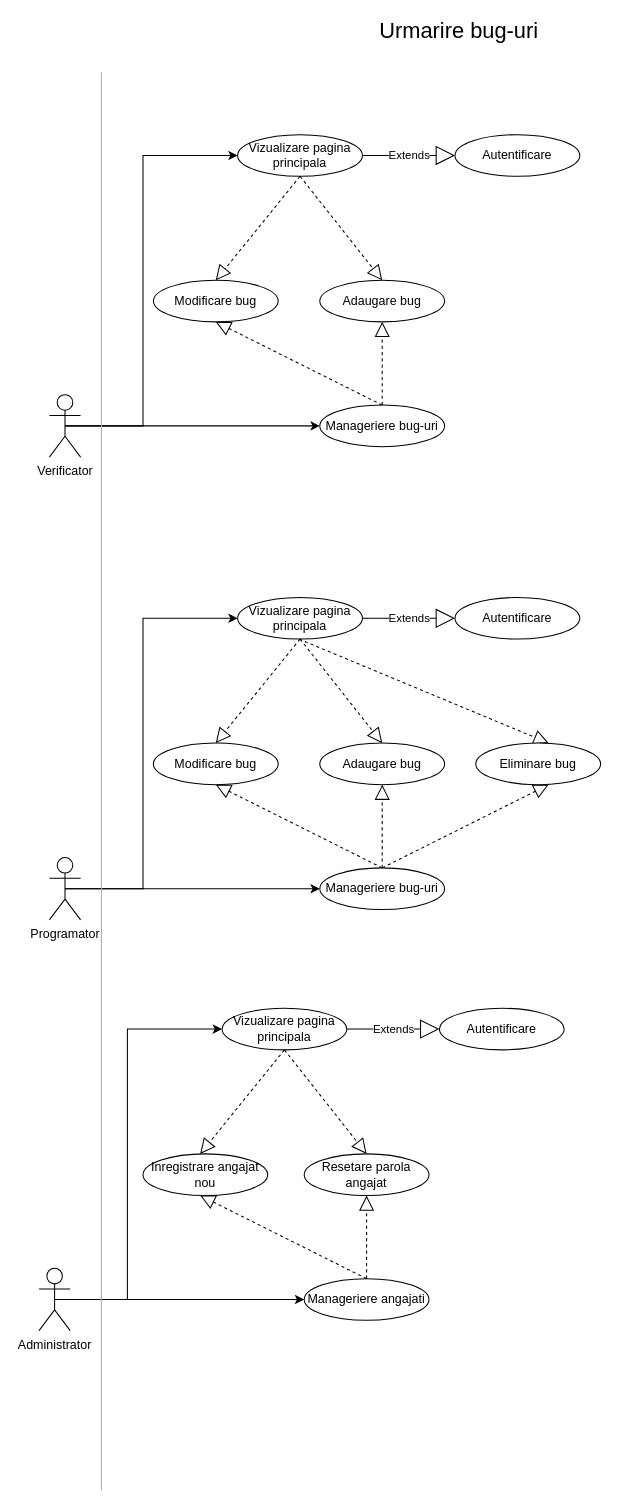
Demon000/uni keeps this draw.io diagram as iss/bug_tracker/docs/usage_diagram.drawio. Above is the earlier version. Source tidied: cells renumbered, new cells numbered last; positions are measured from the earlier drawing's top-left corner, leaving out a move shared by most shapes. Both pictures are drawn from the tidied source at 104%, with x=0, y=0 at pixel (38, 20).
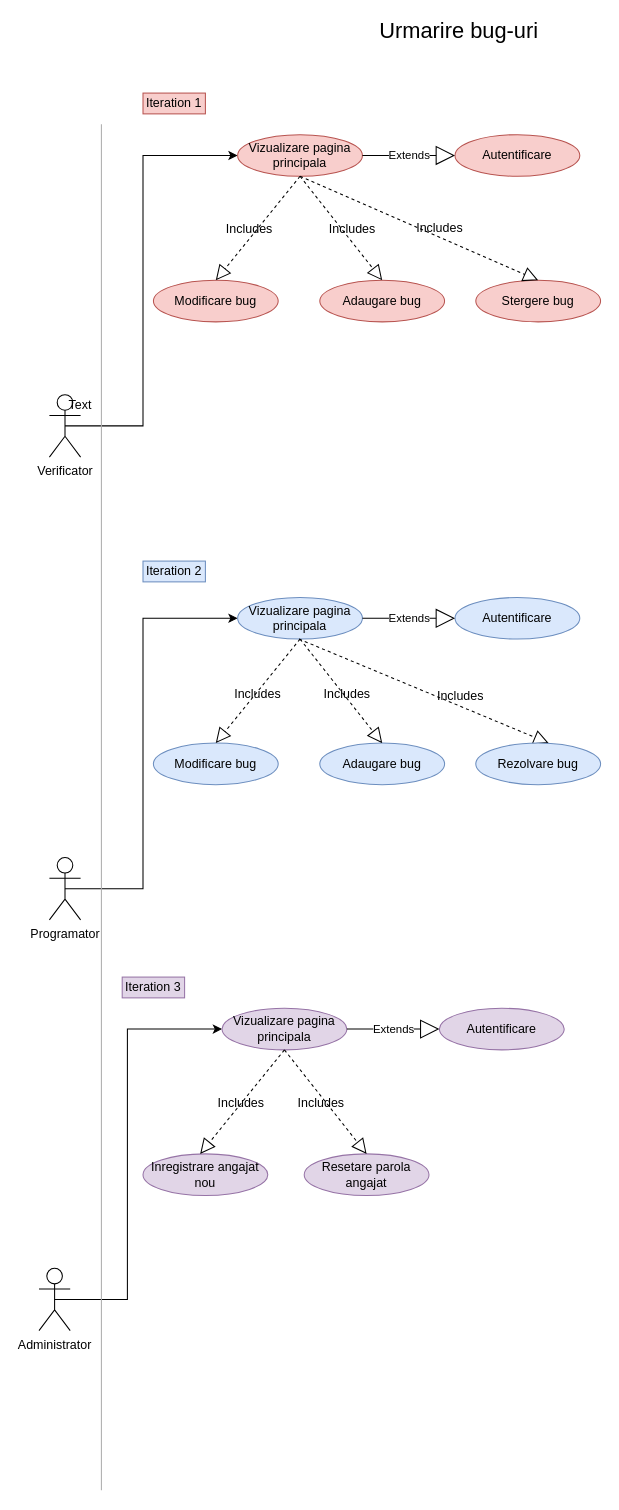
Above is the later version.

Commit message (it also covers changes not shown here):
uni: iss: bug_tracker: upload sequence diagram

The change refers to these unchanged cells:
```xml
<mxCell id="5" value="Verificator" style="shape=umlActor;verticalLabelPosition=bottom;labelBackgroundColor=#ffffff;verticalAlign=top;html=1;outlineConnect=0;" parent="1" vertex="1">
  <mxGeometry x="10" y="360" width="30" height="60" as="geometry" />
</mxCell>
<mxCell id="13" style="endArrow=block;dashed=1;endFill=0;endSize=12;html=1;exitX=0.5;exitY=1;exitDx=0;exitDy=0;entryX=0.5;entryY=0;entryDx=0;entryDy=0;" parent="1" edge="1" source="7" target="9">
  <mxGeometry relative="1" as="geometry" />
</mxCell>
<mxCell id="14" style="endArrow=block;dashed=1;endFill=0;endSize=12;html=1;exitX=0.5;exitY=1;exitDx=0;exitDy=0;entryX=0.5;entryY=0;entryDx=0;entryDy=0;" parent="1" edge="1" source="7" target="8">
  <mxGeometry relative="1" as="geometry" />
</mxCell>
<mxCell id="20" value="Programator" style="shape=umlActor;verticalLabelPosition=bottom;labelBackgroundColor=#ffffff;verticalAlign=top;html=1;outlineConnect=0;" parent="1" vertex="1">
  <mxGeometry x="10" y="805" width="30" height="60" as="geometry" />
</mxCell>
<mxCell id="26" style="endArrow=block;dashed=1;endFill=0;endSize=12;html=1;exitX=0.5;exitY=1;exitDx=0;exitDy=0;entryX=0.5;entryY=0;entryDx=0;entryDy=0;" parent="1" edge="1" source="22" target="24">
  <mxGeometry relative="1" as="geometry" />
</mxCell>
<mxCell id="27" style="endArrow=block;dashed=1;endFill=0;endSize=12;html=1;exitX=0.5;exitY=1;exitDx=0;exitDy=0;entryX=0.5;entryY=0;entryDx=0;entryDy=0;" parent="1" edge="1" source="22" target="23">
  <mxGeometry relative="1" as="geometry" />
</mxCell>
<mxCell id="39" style="endArrow=block;dashed=1;endFill=0;endSize=12;html=1;exitX=0.5;exitY=1;exitDx=0;exitDy=0;entryX=0.5;entryY=0;entryDx=0;entryDy=0;" parent="1" edge="1" source="37">
  <mxGeometry relative="1" as="geometry">
    <mxPoint x="155" y="1090" as="targetPoint" />
  </mxGeometry>
</mxCell>
<mxCell id="40" style="endArrow=block;dashed=1;endFill=0;endSize=12;html=1;exitX=0.5;exitY=1;exitDx=0;exitDy=0;entryX=0.5;entryY=0;entryDx=0;entryDy=0;" parent="1" edge="1" source="37">
  <mxGeometry relative="1" as="geometry">
    <mxPoint x="315" y="1090" as="targetPoint" />
  </mxGeometry>
</mxCell>
<mxCell id="44" value="Administrator" style="shape=umlActor;verticalLabelPosition=bottom;labelBackgroundColor=#ffffff;verticalAlign=top;html=1;outlineConnect=0;" parent="1" vertex="1">
  <mxGeometry y="1200" width="30" height="60" as="geometry" />
</mxCell>
```

Change to the diagram source:
```diff
@@
-    <mxCell id="3" style="edgeStyle=orthogonalEdgeStyle;rounded=0;jettySize=auto;html=1;exitX=0.5;exitY=0.5;exitDx=0;exitDy=0;exitPerimeter=0;entryX=0;entryY=0.5;entryDx=0;entryDy=0;" parent="1" edge="1" source="5" target="15">
-      <mxGeometry relative="1" as="geometry" />
-    </mxCell>
@@
-    <mxCell id="6" value="Autentificare" style="ellipse;whiteSpace=wrap;html=1;" parent="1" vertex="1">
+    <mxCell id="6" value="Autentificare" style="ellipse;whiteSpace=wrap;html=1;fillColor=#f8cecc;strokeColor=#b85450;" parent="1" vertex="1">
       <mxGeometry x="400" y="110" width="120" height="40" as="geometry" />
     </mxCell>
-    <mxCell id="7" value="Vizualizare pagina principala" style="ellipse;whiteSpace=wrap;html=1;" parent="1" vertex="1">
+    <mxCell id="7" value="Vizualizare pagina principala" style="ellipse;whiteSpace=wrap;html=1;fillColor=#f8cecc;strokeColor=#b85450;" parent="1" vertex="1">
       <mxGeometry x="191" y="110" width="120" height="40" as="geometry" />
     </mxCell>
-    <mxCell id="8" value="Adaugare bug" style="ellipse;whiteSpace=wrap;html=1;" parent="1" vertex="1">
+    <mxCell id="8" value="Adaugare bug" style="ellipse;whiteSpace=wrap;html=1;fillColor=#f8cecc;strokeColor=#b85450;" parent="1" vertex="1">
       <mxGeometry x="270" y="250" width="120" height="40" as="geometry" />
     </mxCell>
-    <mxCell id="9" value="Modificare bug" style="ellipse;whiteSpace=wrap;html=1;" parent="1" vertex="1">
+    <mxCell id="9" value="Modificare bug" style="ellipse;whiteSpace=wrap;html=1;fillColor=#f8cecc;strokeColor=#b85450;" parent="1" vertex="1">
       <mxGeometry x="110" y="250" width="120" height="40" as="geometry" />
     </mxCell>
-    <mxCell id="10" value="Inregistrare angajat nou" style="ellipse;whiteSpace=wrap;html=1;" parent="1" vertex="1">
+    <mxCell id="10" value="Inregistrare angajat nou" style="ellipse;whiteSpace=wrap;html=1;fillColor=#e1d5e7;strokeColor=#9673a6;" parent="1" vertex="1">
       <mxGeometry x="100" y="1090" width="120" height="40" as="geometry" />
     </mxCell>
-    <mxCell id="11" value="Resetare parola angajat" style="ellipse;whiteSpace=wrap;html=1;" parent="1" vertex="1">
+    <mxCell id="11" value="Resetare parola angajat" style="ellipse;whiteSpace=wrap;html=1;fillColor=#e1d5e7;strokeColor=#9673a6;" parent="1" vertex="1">
       <mxGeometry x="255" y="1090" width="120" height="40" as="geometry" />
     </mxCell>
@@
+    <mxCell id="46" value="Includes" style="text;html=1;align=center;verticalAlign=middle;" parent="13" vertex="1">
+      <mxGeometry x="0.19" y="-1" relative="1" as="geometry">
+        <mxPoint y="-9.2" as="offset" />
+      </mxGeometry>
+    </mxCell>
@@
-    <mxCell id="15" value="Manageriere bug-uri" style="ellipse;whiteSpace=wrap;html=1;" parent="1" vertex="1">
-      <mxGeometry x="270" y="370" width="120" height="40" as="geometry" />
-    </mxCell>
-    <mxCell id="16" style="endArrow=block;dashed=1;endFill=0;endSize=12;html=1;entryX=0.5;entryY=1;entryDx=0;entryDy=0;exitX=0.5;exitY=0;exitDx=0;exitDy=0;" parent="1" edge="1" source="15" target="8">
-      <mxGeometry relative="1" as="geometry" />
-    </mxCell>
-    <mxCell id="17" style="endArrow=block;dashed=1;endFill=0;endSize=12;html=1;entryX=0.5;entryY=1;entryDx=0;entryDy=0;exitX=0.5;exitY=0;exitDx=0;exitDy=0;" parent="1" edge="1" source="15" target="9">
-      <mxGeometry relative="1" as="geometry" />
-    </mxCell>
-    <mxCell id="18" style="edgeStyle=orthogonalEdgeStyle;rounded=0;jettySize=auto;html=1;exitX=0.5;exitY=0.5;exitDx=0;exitDy=0;exitPerimeter=0;entryX=0;entryY=0.5;entryDx=0;entryDy=0;" parent="1" edge="1" source="20" target="29">
-      <mxGeometry relative="1" as="geometry" />
-    </mxCell>
+    <mxCell id="47" value="Includes" style="text;html=1;align=center;verticalAlign=middle;" parent="14" vertex="1">
+      <mxGeometry x="-0.27" y="1" relative="1" as="geometry">
+        <mxPoint x="19.7" y="14.5" as="offset" />
+      </mxGeometry>
+    </mxCell>
@@
-    <mxCell id="21" value="Autentificare" style="ellipse;whiteSpace=wrap;html=1;" parent="1" vertex="1">
+    <mxCell id="21" value="Autentificare" style="ellipse;whiteSpace=wrap;html=1;fillColor=#dae8fc;strokeColor=#6c8ebf;" parent="1" vertex="1">
       <mxGeometry x="400" y="555" width="120" height="40" as="geometry" />
     </mxCell>
-    <mxCell id="22" value="Vizualizare pagina principala" style="ellipse;whiteSpace=wrap;html=1;" parent="1" vertex="1">
+    <mxCell id="22" value="Vizualizare pagina principala" style="ellipse;whiteSpace=wrap;html=1;fillColor=#dae8fc;strokeColor=#6c8ebf;" parent="1" vertex="1">
       <mxGeometry x="191" y="555" width="120" height="40" as="geometry" />
     </mxCell>
-    <mxCell id="23" value="Adaugare bug" style="ellipse;whiteSpace=wrap;html=1;" parent="1" vertex="1">
+    <mxCell id="23" value="Adaugare bug" style="ellipse;whiteSpace=wrap;html=1;fillColor=#dae8fc;strokeColor=#6c8ebf;" parent="1" vertex="1">
       <mxGeometry x="270" y="695" width="120" height="40" as="geometry" />
     </mxCell>
-    <mxCell id="24" value="Modificare bug" style="ellipse;whiteSpace=wrap;html=1;" parent="1" vertex="1">
+    <mxCell id="24" value="Modificare bug" style="ellipse;whiteSpace=wrap;html=1;fillColor=#dae8fc;strokeColor=#6c8ebf;" parent="1" vertex="1">
       <mxGeometry x="110" y="695" width="120" height="40" as="geometry" />
     </mxCell>
@@
+    <mxCell id="48" value="Includes" style="text;html=1;align=center;verticalAlign=middle;" parent="26" vertex="1">
+      <mxGeometry x="-0.18" y="3" relative="1" as="geometry">
+        <mxPoint x="-10" y="9.9" as="offset" />
+      </mxGeometry>
+    </mxCell>
@@
+    <mxCell id="49" value="Includes" style="text;html=1;align=center;verticalAlign=middle;" parent="27" vertex="1">
+      <mxGeometry x="0.23" y="-1" relative="1" as="geometry">
+        <mxPoint x="-3.2" y="-9.6" as="offset" />
+      </mxGeometry>
+    </mxCell>
@@
-    <mxCell id="29" value="Manageriere bug-uri" style="ellipse;whiteSpace=wrap;html=1;" parent="1" vertex="1">
-      <mxGeometry x="270" y="815" width="120" height="40" as="geometry" />
-    </mxCell>
-    <mxCell id="30" style="endArrow=block;dashed=1;endFill=0;endSize=12;html=1;entryX=0.5;entryY=1;entryDx=0;entryDy=0;exitX=0.5;exitY=0;exitDx=0;exitDy=0;" parent="1" edge="1" source="29">
-      <mxGeometry relative="1" as="geometry">
-        <mxPoint x="490" y="735" as="targetPoint" />
-      </mxGeometry>
-    </mxCell>
-    <mxCell id="31" style="endArrow=block;dashed=1;endFill=0;endSize=12;html=1;entryX=0.5;entryY=1;entryDx=0;entryDy=0;exitX=0.5;exitY=0;exitDx=0;exitDy=0;" parent="1" edge="1" source="29" target="23">
-      <mxGeometry relative="1" as="geometry" />
-    </mxCell>
-    <mxCell id="32" style="endArrow=block;dashed=1;endFill=0;endSize=12;html=1;entryX=0.5;entryY=1;entryDx=0;entryDy=0;exitX=0.5;exitY=0;exitDx=0;exitDy=0;" parent="1" edge="1" source="29" target="24">
-      <mxGeometry relative="1" as="geometry" />
-    </mxCell>
-    <mxCell id="33" value="Eliminare bug" style="ellipse;whiteSpace=wrap;html=1;" parent="1" vertex="1">
+    <mxCell id="33" value="Rezolvare&amp;nbsp;bug" style="ellipse;whiteSpace=wrap;html=1;fillColor=#dae8fc;strokeColor=#6c8ebf;" parent="1" vertex="1">
       <mxGeometry x="420" y="695" width="120" height="40" as="geometry" />
     </mxCell>
-    <mxCell id="34" style="edgeStyle=orthogonalEdgeStyle;rounded=0;jettySize=auto;html=1;exitX=0.5;exitY=0.5;exitDx=0;exitDy=0;exitPerimeter=0;entryX=0;entryY=0.5;entryDx=0;entryDy=0;" parent="1" edge="1" source="44" target="41">
-      <mxGeometry relative="1" as="geometry" />
-    </mxCell>
@@
-    <mxCell id="36" value="Autentificare" style="ellipse;whiteSpace=wrap;html=1;" parent="1" vertex="1">
+    <mxCell id="36" value="Autentificare" style="ellipse;whiteSpace=wrap;html=1;fillColor=#e1d5e7;strokeColor=#9673a6;" parent="1" vertex="1">
       <mxGeometry x="385" y="950" width="120" height="40" as="geometry" />
     </mxCell>
-    <mxCell id="37" value="Vizualizare pagina principala" style="ellipse;whiteSpace=wrap;html=1;" parent="1" vertex="1">
+    <mxCell id="37" value="Vizualizare pagina principala" style="ellipse;whiteSpace=wrap;html=1;fillColor=#e1d5e7;strokeColor=#9673a6;" parent="1" vertex="1">
       <mxGeometry x="176" y="950" width="120" height="40" as="geometry" />
     </mxCell>
@@
+    <mxCell id="50" value="Includes" style="text;html=1;align=center;verticalAlign=middle;" parent="39" vertex="1">
+      <mxGeometry x="0.12" y="3" relative="1" as="geometry">
+        <mxPoint y="-7.8" as="offset" />
+      </mxGeometry>
+    </mxCell>
@@
-    <mxCell id="41" value="Manageriere angajati" style="ellipse;whiteSpace=wrap;html=1;" parent="1" vertex="1">
-      <mxGeometry x="255" y="1210" width="120" height="40" as="geometry" />
-    </mxCell>
-    <mxCell id="42" style="endArrow=block;dashed=1;endFill=0;endSize=12;html=1;entryX=0.5;entryY=1;entryDx=0;entryDy=0;exitX=0.5;exitY=0;exitDx=0;exitDy=0;" parent="1" edge="1" source="41">
-      <mxGeometry relative="1" as="geometry">
-        <mxPoint x="315" y="1130" as="targetPoint" />
-      </mxGeometry>
-    </mxCell>
-    <mxCell id="43" style="endArrow=block;dashed=1;endFill=0;endSize=12;html=1;entryX=0.5;entryY=1;entryDx=0;entryDy=0;exitX=0.5;exitY=0;exitDx=0;exitDy=0;" parent="1" edge="1" source="41">
-      <mxGeometry relative="1" as="geometry">
-        <mxPoint x="155" y="1130" as="targetPoint" />
-      </mxGeometry>
-    </mxCell>
+    <mxCell id="51" value="Includes" style="text;html=1;align=center;verticalAlign=middle;" parent="40" vertex="1">
+      <mxGeometry x="-0.27" y="-1" relative="1" as="geometry">
+        <mxPoint x="5.9" y="12.8" as="offset" />
+      </mxGeometry>
+    </mxCell>
@@
     <mxCell id="45" style="endArrow=none;html=1;strokeColor=#ADADAD;" parent="1" edge="1">
       <mxGeometry relative="1" as="geometry">
         <mxPoint x="60" y="1413.5" as="sourcePoint" />
-        <mxPoint x="60" y="50" as="targetPoint" />
+        <mxPoint x="60" y="100" as="targetPoint" />
       </mxGeometry>
     </mxCell>
+    <mxCell id="52" value="Includes" style="text;html=1;align=center;verticalAlign=middle;" parent="1" vertex="1">
+      <mxGeometry x="375" y="640" width="60" height="20" as="geometry" />
+    </mxCell>
+    <mxCell id="53" value="Text" style="text;html=1;strokeColor=none;fillColor=none;align=center;verticalAlign=middle;whiteSpace=wrap;rounded=0;" parent="1" vertex="1">
+      <mxGeometry x="20" y="360" width="40" height="20" as="geometry" />
+    </mxCell>
+    <mxCell id="54" value="Iteration 3" style="text;html=1;strokeColor=#9673a6;fillColor=#e1d5e7;align=center;verticalAlign=middle;whiteSpace=wrap;rounded=0;" parent="1" vertex="1">
+      <mxGeometry x="80" y="920" width="60" height="20" as="geometry" />
+    </mxCell>
+    <mxCell id="55" value="Iteration 2" style="text;html=1;strokeColor=#6c8ebf;fillColor=#dae8fc;align=center;verticalAlign=middle;whiteSpace=wrap;rounded=0;" parent="1" vertex="1">
+      <mxGeometry x="100" y="520" width="60" height="20" as="geometry" />
+    </mxCell>
+    <mxCell id="56" value="Iteration 1" style="text;html=1;strokeColor=#b85450;fillColor=#f8cecc;align=center;verticalAlign=middle;whiteSpace=wrap;rounded=0;" parent="1" vertex="1">
+      <mxGeometry x="100" y="70" width="60" height="20" as="geometry" />
+    </mxCell>
+    <mxCell id="57" value="Stergere bug" style="ellipse;whiteSpace=wrap;html=1;fillColor=#f8cecc;strokeColor=#b85450;" parent="1" vertex="1">
+      <mxGeometry x="420" y="250" width="120" height="40" as="geometry" />
+    </mxCell>
+    <mxCell id="58" style="endArrow=block;dashed=1;endFill=0;endSize=12;html=1;exitX=0.5;exitY=1;exitDx=0;exitDy=0;entryX=0.5;entryY=0;entryDx=0;entryDy=0;" parent="1" edge="1" source="7" target="57">
+      <mxGeometry relative="1" as="geometry" />
+    </mxCell>
+    <mxCell id="59" value="Includes" style="text;html=1;align=center;verticalAlign=middle;" parent="58" vertex="1">
+      <mxGeometry x="-0.23" y="-4" relative="1" as="geometry">
+        <mxPoint x="46.7" y="7.5" as="offset" />
+      </mxGeometry>
+    </mxCell>
```
